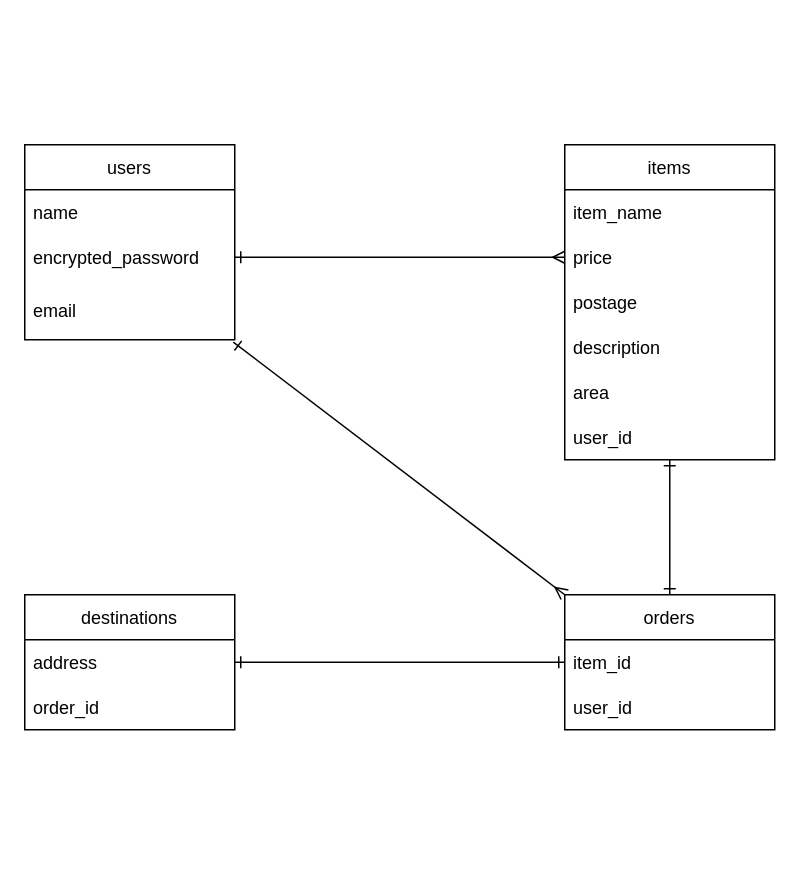
Earlier version of the draw.io diagram furima.dio (yu-2022/furima-38277). Source tidied: cells renumbered, new cells numbered last; positions are measured from the earlier drawing's top-left corner, leaving out a move shared by most shapes. Both pictures are drawn from the tidied source at 150%, with x=0, y=0 at pixel (24, 144).
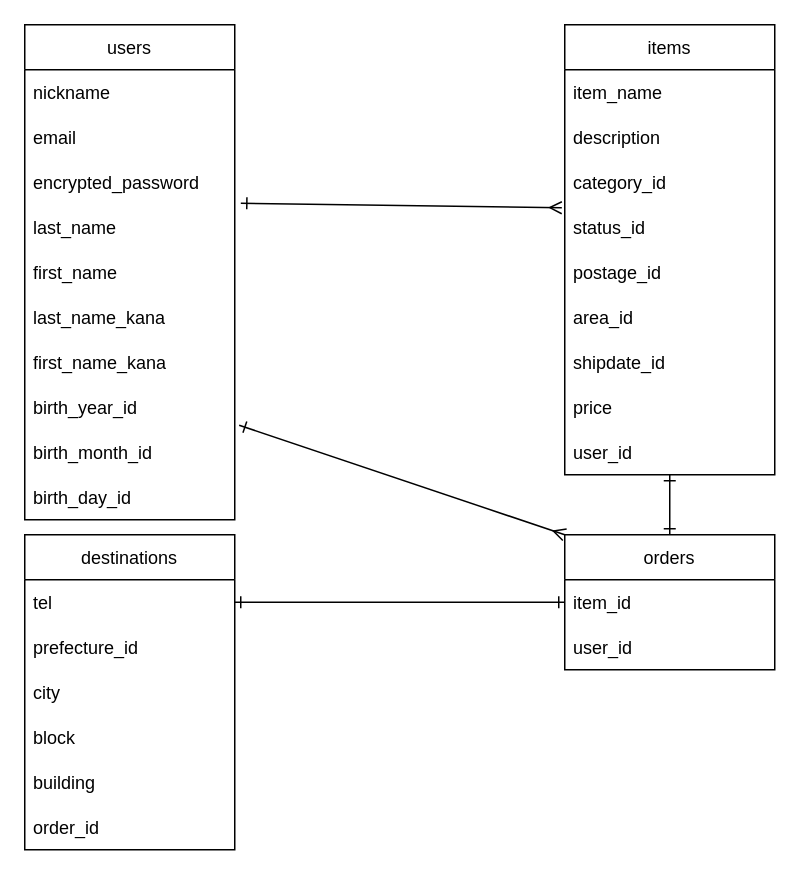
The same page after the edit.

Change to the diagram source:
```diff
@@
     <mxCell id="2" value="users" style="swimlane;fontStyle=0;horizontal=1;startSize=30;" parent="1" vertex="1">
-      <mxGeometry width="140" height="130" as="geometry" />
+      <mxGeometry y="-80" width="140" height="330" as="geometry" />
     </mxCell>
+    <mxCell id="23" value="nickname" style="text;strokeColor=none;fillColor=none;align=left;verticalAlign=middle;spacingLeft=4;spacingRight=4;overflow=hidden;" parent="2" vertex="1">
+      <mxGeometry y="30" width="140" height="30" as="geometry" />
+    </mxCell>
+    <mxCell id="5" value="email" style="text;strokeColor=none;fillColor=none;align=left;verticalAlign=middle;spacingLeft=4;spacingRight=4;overflow=hidden;points=[[0,0.5],[1,0.5]];portConstraint=eastwest;" parent="2" vertex="1">
+      <mxGeometry y="60" width="140" height="30" as="geometry" />
+    </mxCell>
+    <mxCell id="4" value="encrypted_password" style="text;strokeColor=none;fillColor=none;align=left;verticalAlign=middle;spacingLeft=4;spacingRight=4;overflow=hidden;points=[[0,0.5],[1,0.5]];portConstraint=eastwest;" parent="2" vertex="1">
+      <mxGeometry y="90" width="140" height="30" as="geometry" />
+    </mxCell>
-    <mxCell id="3" value="name" style="text;strokeColor=none;fillColor=none;align=left;verticalAlign=middle;spacingLeft=4;spacingRight=4;overflow=hidden;" parent="2" vertex="1">
-      <mxGeometry y="30" width="140" height="30" as="geometry" />
+    <mxCell id="3" value="last_name" style="text;strokeColor=none;fillColor=none;align=left;verticalAlign=middle;spacingLeft=4;spacingRight=4;overflow=hidden;" parent="2" vertex="1">
+      <mxGeometry y="120" width="140" height="30" as="geometry" />
     </mxCell>
-    <mxCell id="4" value="encrypted_password" style="text;strokeColor=none;fillColor=none;align=left;verticalAlign=middle;spacingLeft=4;spacingRight=4;overflow=hidden;points=[[0,0.5],[1,0.5]];portConstraint=eastwest;" parent="2" vertex="1">
-      <mxGeometry y="60" width="140" height="30" as="geometry" />
-    </mxCell>
-    <mxCell id="5" value="email" style="text;strokeColor=none;fillColor=none;align=left;verticalAlign=middle;spacingLeft=4;spacingRight=4;overflow=hidden;points=[[0,0.5],[1,0.5]];portConstraint=eastwest;" parent="2" vertex="1">
-      <mxGeometry y="90" width="140" height="40" as="geometry" />
-    </mxCell>
+    <mxCell id="24" value="first_name" style="text;strokeColor=none;fillColor=none;align=left;verticalAlign=middle;spacingLeft=4;spacingRight=4;overflow=hidden;" parent="2" vertex="1">
+      <mxGeometry y="150" width="140" height="30" as="geometry" />
+    </mxCell>
+    <mxCell id="25" value="last_name_kana" style="text;strokeColor=none;fillColor=none;align=left;verticalAlign=middle;spacingLeft=4;spacingRight=4;overflow=hidden;" parent="2" vertex="1">
+      <mxGeometry y="180" width="140" height="30" as="geometry" />
+    </mxCell>
+    <mxCell id="26" value="first_name_kana" style="text;strokeColor=none;fillColor=none;align=left;verticalAlign=middle;spacingLeft=4;spacingRight=4;overflow=hidden;" parent="2" vertex="1">
+      <mxGeometry y="210" width="140" height="30" as="geometry" />
+    </mxCell>
+    <mxCell id="27" value="birth_year_id" style="text;strokeColor=none;fillColor=none;align=left;verticalAlign=middle;spacingLeft=4;spacingRight=4;overflow=hidden;points=[[0,0.5],[1,0.5]];portConstraint=eastwest;" parent="2" vertex="1">
+      <mxGeometry y="240" width="140" height="30" as="geometry" />
+    </mxCell>
+    <mxCell id="28" value="birth_month_id" style="text;strokeColor=none;fillColor=none;align=left;verticalAlign=middle;spacingLeft=4;spacingRight=4;overflow=hidden;" parent="2" vertex="1">
+      <mxGeometry y="270" width="140" height="30" as="geometry" />
+    </mxCell>
+    <mxCell id="29" value="birth_day_id" style="text;strokeColor=none;fillColor=none;align=left;verticalAlign=middle;spacingLeft=4;spacingRight=4;overflow=hidden;" parent="2" vertex="1">
+      <mxGeometry y="300" width="140" height="30" as="geometry" />
+    </mxCell>
     <mxCell id="6" value="items" style="swimlane;fontStyle=0;horizontal=1;startSize=30;" parent="1" vertex="1">
-      <mxGeometry x="360" width="140" height="210" as="geometry" />
+      <mxGeometry x="360" y="-80" width="140" height="300" as="geometry" />
     </mxCell>
@@
+    <mxCell id="10" value="description " style="text;strokeColor=none;fillColor=none;align=left;verticalAlign=middle;spacingLeft=4;spacingRight=4;overflow=hidden;" parent="6" vertex="1">
+      <mxGeometry y="60" width="140" height="30" as="geometry" />
+    </mxCell>
+    <mxCell id="30" value="category_id" style="text;strokeColor=none;fillColor=none;align=left;verticalAlign=middle;spacingLeft=4;spacingRight=4;overflow=hidden;points=[[0,0.5],[1,0.5]];portConstraint=eastwest;" parent="6" vertex="1">
+      <mxGeometry y="90" width="140" height="30" as="geometry" />
+    </mxCell>
+    <mxCell id="31" value="status_id" style="text;strokeColor=none;fillColor=none;align=left;verticalAlign=middle;spacingLeft=4;spacingRight=4;overflow=hidden;" parent="6" vertex="1">
+      <mxGeometry y="120" width="140" height="30" as="geometry" />
+    </mxCell>
+    <mxCell id="9" value="postage_id" style="text;strokeColor=none;fillColor=none;align=left;verticalAlign=middle;spacingLeft=4;spacingRight=4;overflow=hidden;" parent="6" vertex="1">
+      <mxGeometry y="150" width="140" height="30" as="geometry" />
+    </mxCell>
+    <mxCell id="11" value="area_id" style="text;strokeColor=none;fillColor=none;align=left;verticalAlign=middle;spacingLeft=4;spacingRight=4;overflow=hidden;" parent="6" vertex="1">
+      <mxGeometry y="180" width="140" height="30" as="geometry" />
+    </mxCell>
+    <mxCell id="32" value="shipdate_id" style="text;strokeColor=none;fillColor=none;align=left;verticalAlign=middle;spacingLeft=4;spacingRight=4;overflow=hidden;" parent="6" vertex="1">
+      <mxGeometry y="210" width="140" height="30" as="geometry" />
+    </mxCell>
     <mxCell id="8" value="price" style="text;strokeColor=none;fillColor=none;align=left;verticalAlign=middle;spacingLeft=4;spacingRight=4;overflow=hidden;points=[[0,0.5],[1,0.5]];portConstraint=eastwest;" parent="6" vertex="1">
-      <mxGeometry y="60" width="140" height="30" as="geometry" />
+      <mxGeometry y="240" width="140" height="30" as="geometry" />
     </mxCell>
-    <mxCell id="9" value="postage" style="text;strokeColor=none;fillColor=none;align=left;verticalAlign=middle;spacingLeft=4;spacingRight=4;overflow=hidden;" parent="6" vertex="1">
-      <mxGeometry y="90" width="140" height="30" as="geometry" />
-    </mxCell>
-    <mxCell id="10" value="description " style="text;strokeColor=none;fillColor=none;align=left;verticalAlign=middle;spacingLeft=4;spacingRight=4;overflow=hidden;" parent="6" vertex="1">
-      <mxGeometry y="120" width="140" height="30" as="geometry" />
-    </mxCell>
-    <mxCell id="11" value="area" style="text;strokeColor=none;fillColor=none;align=left;verticalAlign=middle;spacingLeft=4;spacingRight=4;overflow=hidden;" parent="6" vertex="1">
-      <mxGeometry y="150" width="140" height="30" as="geometry" />
-    </mxCell>
     <mxCell id="12" value="user_id" style="text;strokeColor=none;fillColor=none;align=left;verticalAlign=middle;spacingLeft=4;spacingRight=4;overflow=hidden;points=[[0,0.5],[1,0.5]];portConstraint=eastwest;" parent="6" vertex="1">
-      <mxGeometry y="180" width="140" height="30" as="geometry" />
+      <mxGeometry y="270" width="140" height="30" as="geometry" />
     </mxCell>
     <mxCell id="13" value="destinations" style="swimlane;fontStyle=0;horizontal=1;startSize=30;" parent="1" vertex="1">
-      <mxGeometry y="300" width="140" height="90" as="geometry" />
+      <mxGeometry y="260" width="140" height="210" as="geometry" />
     </mxCell>
-    <mxCell id="14" value="address" style="text;strokeColor=none;fillColor=none;align=left;verticalAlign=middle;spacingLeft=4;spacingRight=4;overflow=hidden;points=[[0,0.5],[1,0.5]];portConstraint=eastwest;" parent="13" vertex="1">
-      <mxGeometry y="30" width="140" height="30" as="geometry" />
-    </mxCell>
+    <mxCell id="33" value="tel" style="text;strokeColor=none;fillColor=none;align=left;verticalAlign=middle;spacingLeft=4;spacingRight=4;overflow=hidden;" parent="13" vertex="1">
+      <mxGeometry y="30" width="140" height="30" as="geometry" />
+    </mxCell>
+    <mxCell id="34" value="prefecture_id" style="text;strokeColor=none;fillColor=none;align=left;verticalAlign=middle;spacingLeft=4;spacingRight=4;overflow=hidden;" parent="13" vertex="1">
+      <mxGeometry y="60" width="140" height="30" as="geometry" />
+    </mxCell>
+    <mxCell id="35" value="city" style="text;strokeColor=none;fillColor=none;align=left;verticalAlign=middle;spacingLeft=4;spacingRight=4;overflow=hidden;" parent="13" vertex="1">
+      <mxGeometry y="90" width="140" height="30" as="geometry" />
+    </mxCell>
+    <mxCell id="36" value="block" style="text;strokeColor=none;fillColor=none;align=left;verticalAlign=middle;spacingLeft=4;spacingRight=4;overflow=hidden;" parent="13" vertex="1">
+      <mxGeometry y="120" width="140" height="30" as="geometry" />
+    </mxCell>
+    <mxCell id="37" value="building" style="text;strokeColor=none;fillColor=none;align=left;verticalAlign=middle;spacingLeft=4;spacingRight=4;overflow=hidden;" parent="13" vertex="1">
+      <mxGeometry y="150" width="140" height="30" as="geometry" />
+    </mxCell>
     <mxCell id="15" value="order_id" style="text;strokeColor=none;fillColor=none;align=left;verticalAlign=middle;spacingLeft=4;spacingRight=4;overflow=hidden;" parent="13" vertex="1">
-      <mxGeometry y="60" width="140" height="30" as="geometry" />
+      <mxGeometry y="180" width="140" height="30" as="geometry" />
     </mxCell>
-    <mxCell id="16" style="edgeStyle=none;html=1;entryX=1;entryY=0.5;entryDx=0;entryDy=0;startArrow=ERone;startFill=0;endArrow=ERone;endFill=0;" parent="1" edge="1" source="18" target="14">
-      <mxGeometry relative="1" as="geometry" />
+    <mxCell id="16" style="edgeStyle=none;html=1;entryX=1;entryY=0.5;entryDx=0;entryDy=0;startArrow=ERone;startFill=0;endArrow=ERone;endFill=0;" parent="1" edge="1" source="18">
+      <mxGeometry relative="1" as="geometry">
+        <mxPoint x="140" y="305" as="targetPoint" />
+      </mxGeometry>
     </mxCell>
@@
     <mxCell id="18" value="orders" style="swimlane;fontStyle=0;horizontal=1;startSize=30;" parent="1" vertex="1">
-      <mxGeometry x="360" y="300" width="140" height="90" as="geometry" />
+      <mxGeometry x="360" y="260" width="140" height="90" as="geometry" />
     </mxCell>
@@
-    <mxCell id="21" style="edgeStyle=none;html=1;entryX=0;entryY=0.5;entryDx=0;entryDy=0;endArrow=ERmany;endFill=0;startArrow=ERone;startFill=0;" parent="1" edge="1" source="4" target="8">
+    <mxCell id="21" style="edgeStyle=none;html=1;endArrow=ERmany;endFill=0;startArrow=ERone;startFill=0;exitX=1.029;exitY=0.967;exitDx=0;exitDy=0;exitPerimeter=0;entryX=-0.014;entryY=1.067;entryDx=0;entryDy=0;entryPerimeter=0;" parent="1" edge="1" source="4" target="30">
       <mxGeometry relative="1" as="geometry" />
     </mxCell>
-    <mxCell id="22" style="edgeStyle=none;html=1;exitX=0;exitY=0;exitDx=0;exitDy=0;entryX=0.993;entryY=1.038;entryDx=0;entryDy=0;entryPerimeter=0;startArrow=ERmany;startFill=0;endArrow=ERone;endFill=0;" parent="1" edge="1" source="18" target="5">
-      <mxGeometry relative="1" as="geometry" />
+    <mxCell id="22" style="edgeStyle=none;html=1;entryX=1.021;entryY=0.9;entryDx=0;entryDy=0;entryPerimeter=0;startArrow=ERmany;startFill=0;endArrow=ERone;endFill=0;" parent="1" edge="1" target="27">
+      <mxGeometry relative="1" as="geometry">
+        <mxPoint x="360" y="260" as="sourcePoint" />
+      </mxGeometry>
     </mxCell>
```
